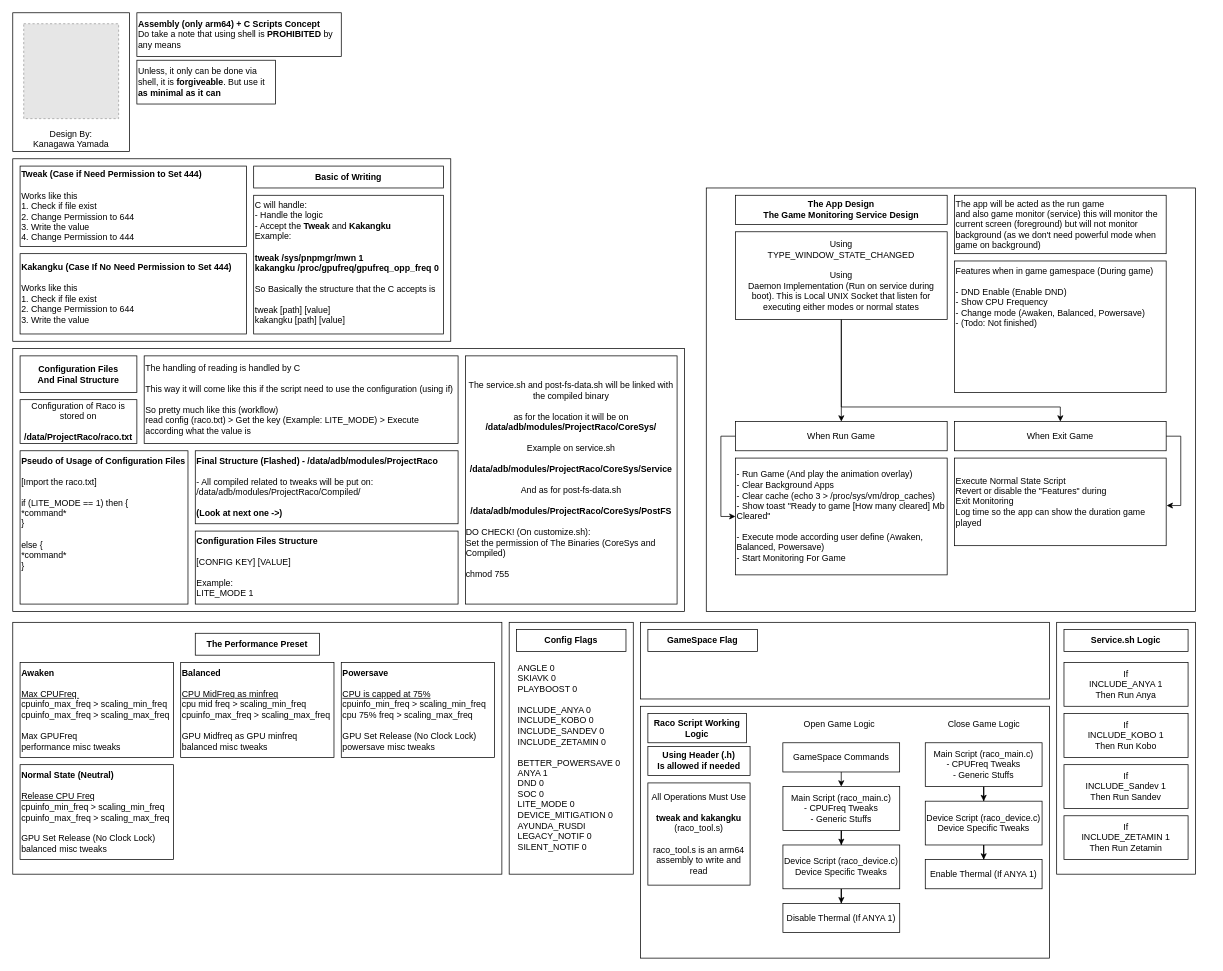
Before: Designs/Structure of Project Raco.drawio in LoggingNewMemory/Project-Raco, a draw.io diagram. Source tidied: cells renumbered, new cells numbered last; positions are measured from the earlier drawing's top-left corner, leaving out a move shared by most shapes. Both pictures are drawn from the tidied source at 73%, with x=0, y=0 at pixel (12, 12). Pictures stored in the file or linked from it are replaced by grey dashed boxes.
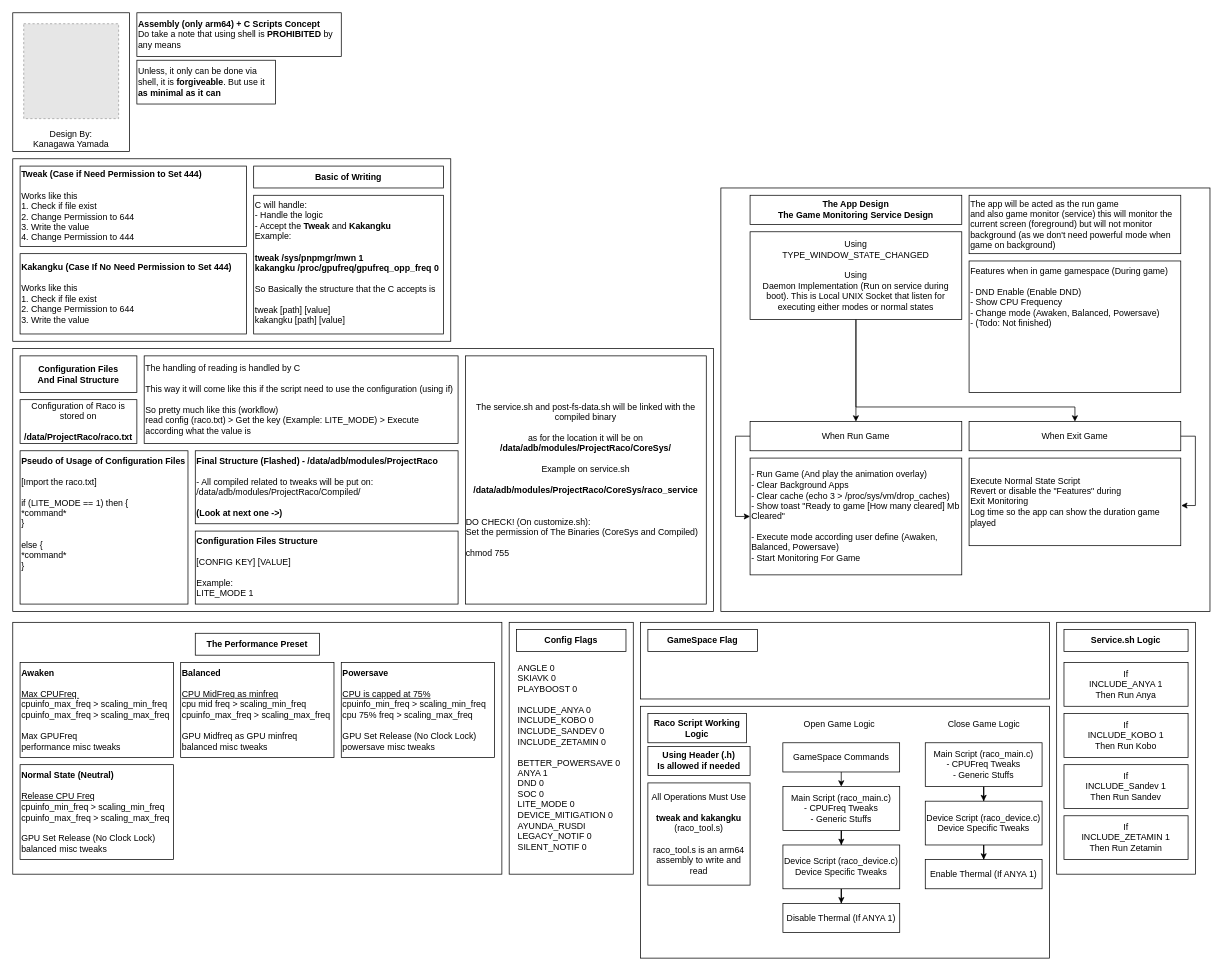
The same page after the edit.

Change to the diagram source:
```diff
@@
     <mxCell id="2" style="rounded=0;whiteSpace=wrap;html=1;" parent="1" vertex="1">
-      <mxGeometry x="950" y="240" width="670" height="580" as="geometry" />
+      <mxGeometry x="970" y="240" width="670" height="580" as="geometry" />
     </mxCell>
@@
     <mxCell id="4" value=" " style="rounded=0;whiteSpace=wrap;html=1;" parent="1" vertex="1">
-      <mxGeometry y="460" width="920" height="360" as="geometry" />
+      <mxGeometry y="460" width="960" height="360" as="geometry" />
     </mxCell>
@@
-    <mxCell id="21" value="The service.sh and post-fs-data.sh will be linked with the compiled binary&lt;div&gt;&lt;br&gt;&lt;/div&gt;&lt;div&gt;as for the location it will be on&lt;/div&gt;&lt;div&gt;&lt;span style=&quot;text-align: left;&quot;&gt;&lt;b&gt;/data/adb/modules/ProjectRaco/CoreSys/&lt;/b&gt;&lt;/span&gt;&lt;/div&gt;&lt;div&gt;&lt;div&gt;&lt;br&gt;&lt;/div&gt;&lt;div&gt;Example on service.sh&lt;/div&gt;&lt;div&gt;&lt;br&gt;&lt;/div&gt;&lt;div&gt;&lt;b&gt;&lt;span style=&quot;text-align: left;&quot;&gt;/data/adb/modules/ProjectRaco/&lt;/span&gt;&lt;span style=&quot;text-align: left;&quot;&gt;CoreSys&lt;/span&gt;&lt;span style=&quot;text-align: left;&quot;&gt;/Service&lt;/span&gt;&lt;/b&gt;&lt;/div&gt;&lt;div&gt;&lt;span style=&quot;text-align: left;&quot;&gt;&lt;br&gt;&lt;/span&gt;&lt;/div&gt;&lt;div&gt;&lt;span style=&quot;text-align: left;&quot;&gt;And as for post-fs-data.sh&lt;/span&gt;&lt;/div&gt;&lt;div&gt;&lt;span style=&quot;text-align: left;&quot;&gt;&lt;br&gt;&lt;/span&gt;&lt;/div&gt;&lt;div&gt;&lt;div&gt;&lt;b&gt;&lt;span style=&quot;text-align: left;&quot;&gt;/data/adb/modules/ProjectRaco/&lt;/span&gt;&lt;span style=&quot;text-align: left;&quot;&gt;CoreSys&lt;/span&gt;&lt;span style=&quot;text-align: left;&quot;&gt;/PostFS&lt;/span&gt;&lt;/b&gt;&lt;/div&gt;&lt;/div&gt;&lt;/div&gt;&lt;div&gt;&lt;b&gt;&lt;span style=&quot;text-align: left;&quot;&gt;&lt;br&gt;&lt;/span&gt;&lt;/b&gt;&lt;/div&gt;&lt;div style=&quot;text-align: left;&quot;&gt;&lt;span style=&quot;&quot;&gt;DO CHECK! (On customize.sh):&lt;/span&gt;&lt;/div&gt;&lt;div style=&quot;text-align: left;&quot;&gt;&lt;span style=&quot;&quot;&gt;Set the permission of The Binaries (CoreSys and Compiled)&lt;/span&gt;&lt;/div&gt;&lt;div style=&quot;text-align: left;&quot;&gt;&lt;span style=&quot;&quot;&gt;&lt;br&gt;&lt;/span&gt;&lt;/div&gt;&lt;div style=&quot;text-align: left;&quot;&gt;&lt;span style=&quot;&quot;&gt;chmod&amp;nbsp;&lt;/span&gt;755&lt;/div&gt;" style="rounded=0;whiteSpace=wrap;html=1;" parent="1" vertex="1">
-      <mxGeometry x="620" y="470" width="290" height="340" as="geometry" />
+    <mxCell id="21" value="The service.sh and post-fs-data.sh will be linked with the compiled binary&lt;div&gt;&lt;br&gt;&lt;/div&gt;&lt;div&gt;as for the location it will be on&lt;/div&gt;&lt;div&gt;&lt;span style=&quot;text-align: left;&quot;&gt;&lt;b&gt;/data/adb/modules/ProjectRaco/CoreSys/&lt;/b&gt;&lt;/span&gt;&lt;/div&gt;&lt;div&gt;&lt;div&gt;&lt;br&gt;&lt;/div&gt;&lt;div&gt;Example on service.sh&lt;/div&gt;&lt;div&gt;&lt;br&gt;&lt;/div&gt;&lt;div&gt;&lt;b&gt;&lt;span style=&quot;text-align: left;&quot;&gt;/data/adb/modules/ProjectRaco/&lt;/span&gt;&lt;span style=&quot;text-align: left;&quot;&gt;CoreSys&lt;/span&gt;&lt;span style=&quot;text-align: left;&quot;&gt;/&lt;/span&gt;&lt;/b&gt;&lt;span style=&quot;background-color: transparent;&quot;&gt;&lt;b&gt;raco_service&lt;/b&gt;&lt;/span&gt;&lt;/div&gt;&lt;div&gt;&lt;br&gt;&lt;/div&gt;&lt;/div&gt;&lt;div&gt;&lt;b&gt;&lt;span style=&quot;text-align: left;&quot;&gt;&lt;br&gt;&lt;/span&gt;&lt;/b&gt;&lt;/div&gt;&lt;div style=&quot;text-align: left;&quot;&gt;&lt;span style=&quot;&quot;&gt;DO CHECK! (On customize.sh):&lt;/span&gt;&lt;/div&gt;&lt;div style=&quot;text-align: left;&quot;&gt;&lt;span style=&quot;&quot;&gt;Set the permission of The Binaries (CoreSys and Compiled)&lt;/span&gt;&lt;/div&gt;&lt;div style=&quot;text-align: left;&quot;&gt;&lt;span style=&quot;&quot;&gt;&lt;br&gt;&lt;/span&gt;&lt;/div&gt;&lt;div style=&quot;text-align: left;&quot;&gt;&lt;span style=&quot;&quot;&gt;chmod&amp;nbsp;&lt;/span&gt;755&lt;/div&gt;" style="rounded=0;whiteSpace=wrap;html=1;" parent="1" vertex="1">
+      <mxGeometry x="620" y="470" width="330" height="340" as="geometry" />
     </mxCell>
@@
     <mxCell id="27" value="The App Design&lt;div&gt;The Game Monitoring Service Design&lt;/div&gt;" style="rounded=0;whiteSpace=wrap;html=1;fontStyle=1;" parent="1" vertex="1">
-      <mxGeometry x="990" y="250" width="290" height="40" as="geometry" />
+      <mxGeometry x="1010" y="250" width="290" height="40" as="geometry" />
     </mxCell>
     <mxCell id="28" value="The app will be acted as the run game&lt;div&gt;and also game monitor (service) this will monitor the current screen (foreground) but will not monitor background (as we don't need powerful mode when game on background)&lt;/div&gt;" style="rounded=0;whiteSpace=wrap;html=1;align=left;" parent="1" vertex="1">
-      <mxGeometry x="1290" y="250" width="290" height="80" as="geometry" />
+      <mxGeometry x="1310" y="250" width="290" height="80" as="geometry" />
     </mxCell>
     <mxCell id="29" style="edgeStyle=orthogonalEdgeStyle;rounded=0;jettySize=auto;html=1;entryX=0;entryY=0.5;entryDx=0;entryDy=0;" parent="1" edge="1" source="30" target="31">
       <mxGeometry relative="1" as="geometry">
         <Array as="points">
-          <mxPoint x="970" y="580" />
-          <mxPoint x="970" y="690" />
+          <mxPoint x="990" y="580" />
+          <mxPoint x="990" y="690" />
         </Array>
       </mxGeometry>
     </mxCell>
     <mxCell id="30" value="When Run Game" style="rounded=0;whiteSpace=wrap;html=1;" parent="1" vertex="1">
-      <mxGeometry x="990" y="560" width="290" height="40" as="geometry" />
+      <mxGeometry x="1010" y="560" width="290" height="40" as="geometry" />
     </mxCell>
     <mxCell id="31" value="&lt;div&gt;- Run Game (And play the animation overlay)&lt;/div&gt;- Clear Background Apps&lt;div&gt;- Clear cache (echo 3 &amp;gt; /proc/sys/vm/drop_caches)&lt;/div&gt;&lt;div&gt;- Show toast &quot;Ready to game [How many cleared] Mb Cleared&quot;&lt;/div&gt;&lt;div&gt;&lt;br&gt;&lt;/div&gt;&lt;div&gt;&lt;span style=&quot;background-color: transparent; color: light-dark(rgb(0, 0, 0), rgb(255, 255, 255));&quot;&gt;- Execute mode according user define (Awaken, Balanced, Powersave)&lt;/span&gt;&lt;/div&gt;&lt;div&gt;- Start Monitoring For Game&lt;/div&gt;" style="rounded=0;whiteSpace=wrap;html=1;align=left;" parent="1" vertex="1">
-      <mxGeometry x="990" y="610" width="290" height="160" as="geometry" />
+      <mxGeometry x="1010" y="610" width="290" height="160" as="geometry" />
     </mxCell>
     <mxCell id="32" value="When Exit Game" style="rounded=0;whiteSpace=wrap;html=1;" parent="1" vertex="1">
-      <mxGeometry x="1290" y="560" width="290" height="40" as="geometry" />
+      <mxGeometry x="1310" y="560" width="290" height="40" as="geometry" />
     </mxCell>
     <mxCell id="33" value="&lt;div&gt;Execute Normal State Script&lt;/div&gt;&lt;div&gt;Revert or disable the &quot;Features&quot; during&amp;nbsp;&lt;/div&gt;&lt;div&gt;Exit Monitoring&lt;/div&gt;&lt;div&gt;Log time so the app can show the duration game played&lt;/div&gt;" style="rounded=0;whiteSpace=wrap;html=1;align=left;" parent="1" vertex="1">
-      <mxGeometry x="1290" y="610" width="290" height="120" as="geometry" />
+      <mxGeometry x="1310" y="610" width="290" height="120" as="geometry" />
     </mxCell>
     <mxCell id="34" style="edgeStyle=orthogonalEdgeStyle;rounded=0;jettySize=auto;html=1;entryX=1.002;entryY=0.542;entryDx=0;entryDy=0;entryPerimeter=0;" parent="1" edge="1" source="32" target="33">
       <mxGeometry relative="1" as="geometry">
         <Array as="points">
-          <mxPoint x="1600" y="580" />
-          <mxPoint x="1600" y="675" />
+          <mxPoint x="1620" y="580" />
+          <mxPoint x="1620" y="675" />
         </Array>
       </mxGeometry>
     </mxCell>
     <mxCell id="35" value="Features when in game gamespace (During game)&lt;div&gt;&lt;br&gt;&lt;/div&gt;&lt;div&gt;- DND Enable (Enable DND)&lt;/div&gt;&lt;div&gt;- Show CPU Frequency&lt;/div&gt;&lt;div&gt;- Change mode (Awaken, Balanced, Powersave)&lt;/div&gt;&lt;div&gt;- (Todo: Not finished)&lt;/div&gt;" style="rounded=0;whiteSpace=wrap;html=1;align=left;verticalAlign=top;" parent="1" vertex="1">
-      <mxGeometry x="1290" y="340" width="290" height="180" as="geometry" />
+      <mxGeometry x="1310" y="340" width="290" height="180" as="geometry" />
     </mxCell>
@@
     <mxCell id="37" style="edgeStyle=orthogonalEdgeStyle;rounded=0;jettySize=auto;html=1;" parent="1" edge="1" source="38" target="32">
       <mxGeometry relative="1" as="geometry">
         <Array as="points">
-          <mxPoint x="1135" y="540" />
-          <mxPoint x="1435" y="540" />
+          <mxPoint x="1155" y="540" />
+          <mxPoint x="1455" y="540" />
         </Array>
       </mxGeometry>
     </mxCell>
     <mxCell id="38" value="&lt;div&gt;Using&lt;/div&gt;&lt;div&gt;TYPE_WINDOW_STATE_CHANGED&lt;/div&gt;&lt;div&gt;&lt;br&gt;&lt;/div&gt;&lt;div&gt;Using&lt;/div&gt;&lt;div&gt;Daemon Implementation (Run on service during boot). This is&amp;nbsp;Local UNIX Socket that listen for executing either modes or normal states&lt;/div&gt;" style="rounded=0;whiteSpace=wrap;html=1;" parent="1" vertex="1">
-      <mxGeometry x="990" y="300" width="290" height="120" as="geometry" />
+      <mxGeometry x="1010" y="300" width="290" height="120" as="geometry" />
     </mxCell>
```
